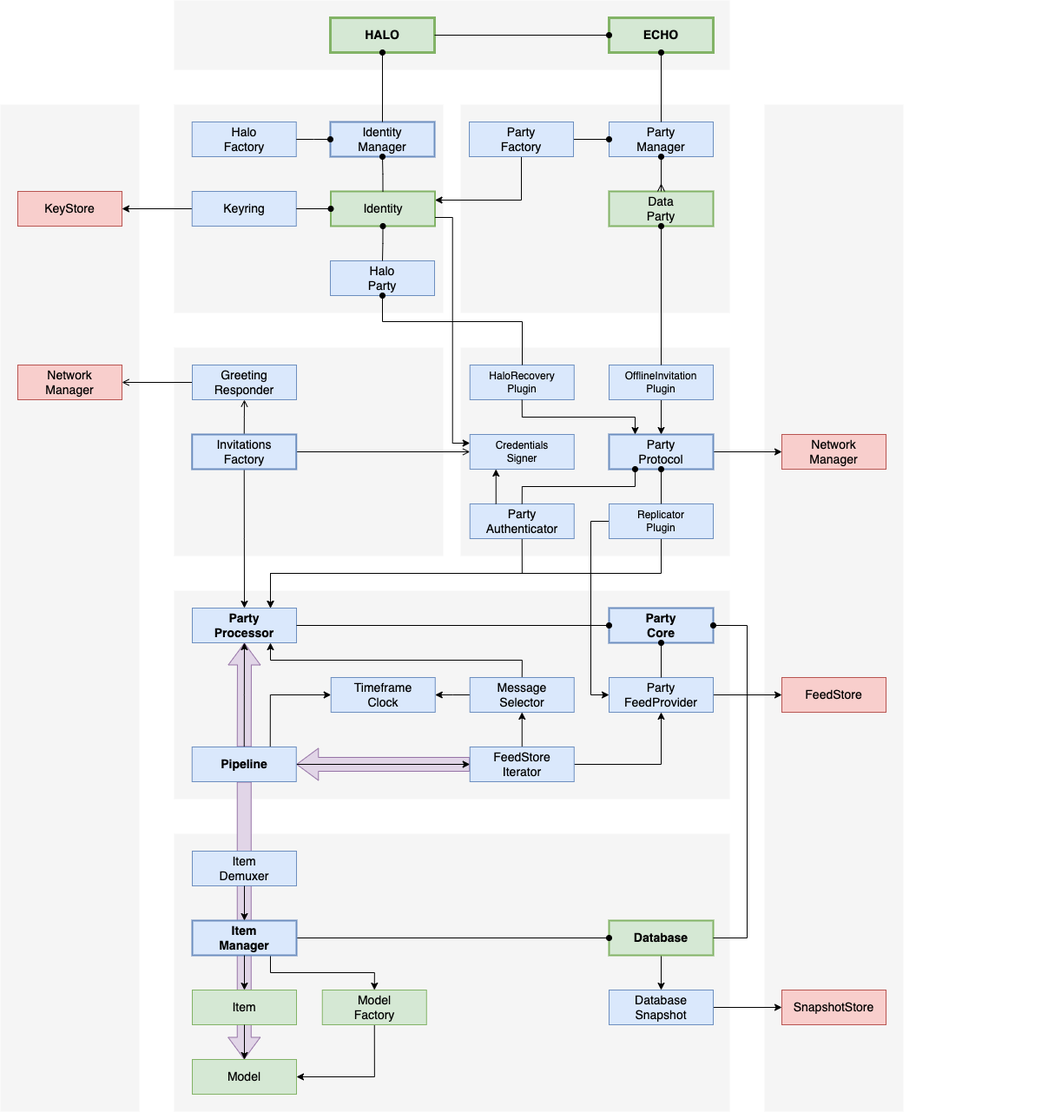
This is docs/design/diagrams/echo-architecture.drawio.png from dxos/dxos, a draw.io export, as it was before one commit. Source tidied: cells renumbered, new cells last; positions are measured from the earlier drawing's top-left corner, leaving out a move shared by most shapes.
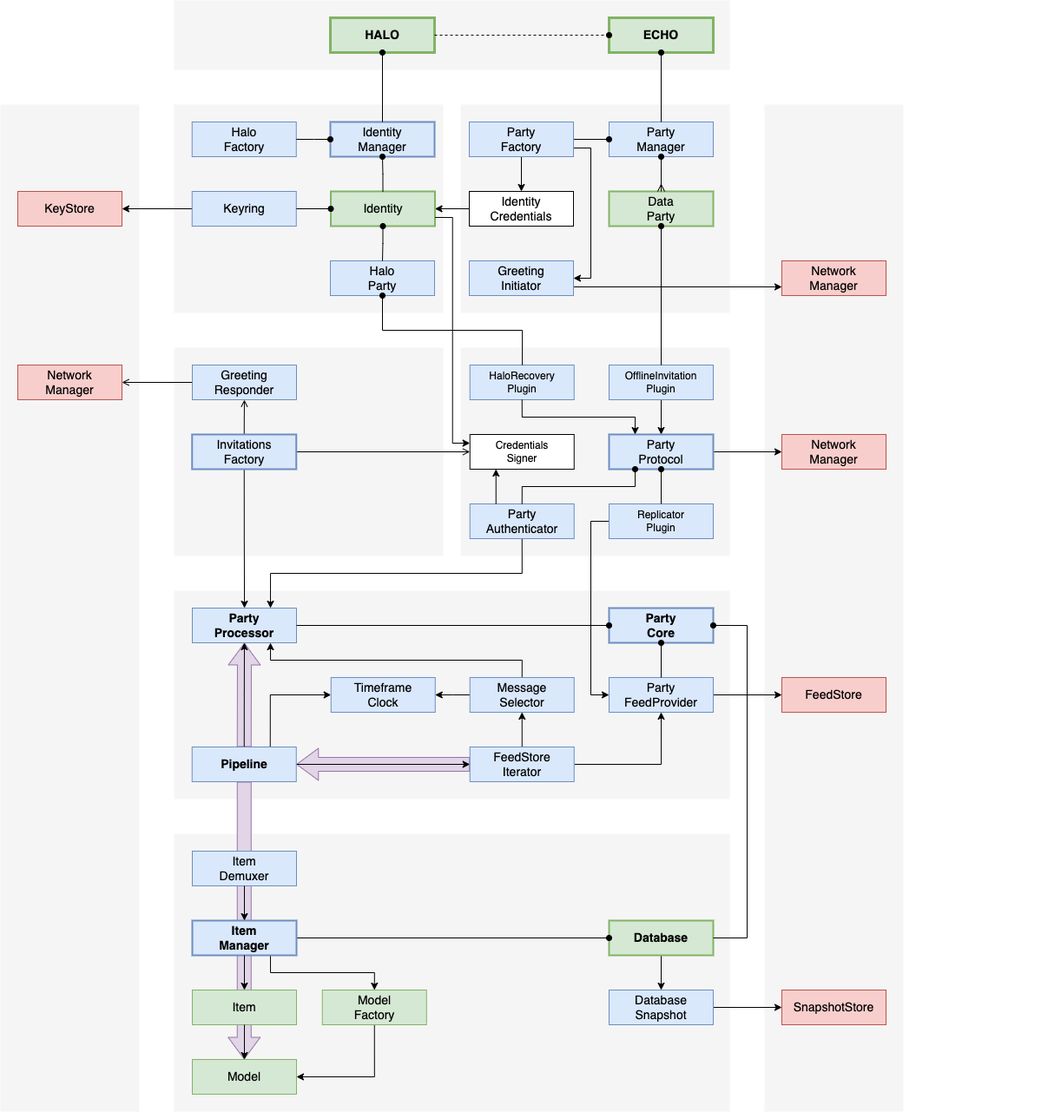
Above is the later version.

Commit message:
Update echo diagram

The edit, as a diff of the source:
```diff
@@ -160,9 +160,6 @@
     <mxCell id="49" value="Invitations&lt;br style=&quot;font-size: 14px;&quot;&gt;Factory" style="rounded=0;whiteSpace=wrap;html=1;fontSize=14;fontFamily=Helvetica;fillColor=#dae8fc;strokeColor=#6c8ebf;fontStyle=0;strokeWidth=2;" parent="1" vertex="1">
       <mxGeometry x="220.8" y="500" width="120" height="40" as="geometry" />
     </mxCell>
-    <mxCell id="50" style="edgeStyle=orthogonalEdgeStyle;rounded=0;jettySize=auto;html=1;exitX=0.5;exitY=1;exitDx=0;exitDy=0;entryX=0.75;entryY=0;entryDx=0;entryDy=0;fontSize=12;startArrow=none;startFill=0;endArrow=classic;endFill=1;" parent="1" edge="1" source="52" target="14">
-      <mxGeometry relative="1" as="geometry" />
-    </mxCell>
     <mxCell id="51" style="edgeStyle=orthogonalEdgeStyle;rounded=0;html=1;exitX=0;exitY=0.5;exitDx=0;exitDy=0;entryX=0;entryY=0.5;entryDx=0;entryDy=0;fontSize=14;startArrow=none;startFill=0;endArrow=classic;endFill=1;" parent="1" edge="1" source="52" target="84">
       <mxGeometry relative="1" as="geometry">
         <Array as="points">
@@ -230,9 +227,17 @@
     <mxCell id="69" style="edgeStyle=orthogonalEdgeStyle;rounded=0;jettySize=auto;html=1;exitX=1;exitY=0.5;exitDx=0;exitDy=0;entryX=0;entryY=0.5;entryDx=0;entryDy=0;endArrow=oval;endFill=1;" parent="1" edge="1" source="71" target="11">
       <mxGeometry relative="1" as="geometry" />
     </mxCell>
-    <mxCell id="70" style="edgeStyle=orthogonalEdgeStyle;rounded=0;html=1;exitX=0.5;exitY=1;exitDx=0;exitDy=0;entryX=1;entryY=0.25;entryDx=0;entryDy=0;fontSize=14;startArrow=none;startFill=0;endArrow=classic;endFill=1;" parent="1" edge="1" source="71" target="67">
-      <mxGeometry relative="1" as="geometry" />
-    </mxCell>
+    <mxCell id="99" style="edgeStyle=none;html=1;exitX=0.5;exitY=1;exitDx=0;exitDy=0;entryX=0.5;entryY=0;entryDx=0;entryDy=0;" parent="1" edge="1" source="71" target="102">
+      <mxGeometry relative="1" as="geometry" />
+    </mxCell>
+    <mxCell id="100" style="edgeStyle=none;html=1;exitX=1;exitY=0.75;exitDx=0;exitDy=0;entryX=1;entryY=0.5;entryDx=0;entryDy=0;rounded=0;" parent="1" edge="1" source="71" target="104">
+      <mxGeometry relative="1" as="geometry">
+        <Array as="points">
+          <mxPoint x="680" y="170" />
+          <mxPoint x="680" y="320" />
+        </Array>
+      </mxGeometry>
+    </mxCell>
     <mxCell id="71" value="Party&lt;br&gt;Factory" style="rounded=0;whiteSpace=wrap;html=1;fontSize=14;fontFamily=Helvetica;fillColor=#dae8fc;fontStyle=0;strokeWidth=1;strokeColor=#6c8ebf;" parent="1" vertex="1">
       <mxGeometry x="540" y="140" width="120" height="40" as="geometry" />
     </mxCell>
@@ -257,13 +262,13 @@
     <mxCell id="78" style="edgeStyle=none;html=1;exitX=0.5;exitY=1;exitDx=0;exitDy=0;endArrow=ERmany;endFill=0;startArrow=oval;startFill=1;" parent="1" edge="1" source="11" target="77">
       <mxGeometry relative="1" as="geometry" />
     </mxCell>
-    <mxCell id="79" style="edgeStyle=orthogonalEdgeStyle;rounded=0;jettySize=auto;html=1;exitX=1;exitY=0.5;exitDx=0;exitDy=0;entryX=0;entryY=0.5;entryDx=0;entryDy=0;fontSize=12;startArrow=none;startFill=0;endArrow=oval;endFill=1;" parent="1" edge="1" source="43" target="21">
+    <mxCell id="79" style="edgeStyle=orthogonalEdgeStyle;rounded=0;jettySize=auto;html=1;exitX=1;exitY=0.5;exitDx=0;exitDy=0;entryX=0;entryY=0.5;entryDx=0;entryDy=0;fontSize=12;startArrow=none;startFill=0;endArrow=oval;endFill=1;dashed=1;" parent="1" edge="1" source="43" target="21">
       <mxGeometry relative="1" as="geometry" />
     </mxCell>
     <mxCell id="80" style="edgeStyle=none;html=1;exitX=0.5;exitY=1;exitDx=0;exitDy=0;entryX=0.5;entryY=0;entryDx=0;entryDy=0;startArrow=oval;startFill=1;endArrow=none;endFill=0;" parent="1" edge="1" source="43" target="16">
       <mxGeometry relative="1" as="geometry" />
     </mxCell>
-    <mxCell id="81" value="Credentials&lt;br&gt;Signer" style="rounded=0;whiteSpace=wrap;html=1;fontSize=12;fontFamily=Helvetica;fillColor=#dae8fc;strokeColor=#6c8ebf;fontStyle=0;strokeWidth=1;" parent="1" vertex="1">
+    <mxCell id="81" value="Credentials&lt;br&gt;Signer" style="rounded=0;whiteSpace=wrap;html=1;fontSize=12;fontFamily=Helvetica;fontStyle=0;strokeWidth=1;" parent="1" vertex="1">
       <mxGeometry x="540.8" y="500" width="120" height="40" as="geometry" />
     </mxCell>
     <mxCell id="82" style="edgeStyle=orthogonalEdgeStyle;rounded=0;html=1;entryX=1;entryY=0.75;entryDx=0;entryDy=0;fontSize=14;startArrow=classic;startFill=1;endArrow=none;endFill=0;exitX=0;exitY=0.25;exitDx=0;exitDy=0;" parent="1" edge="1" source="81" target="67">
@@ -299,8 +304,8 @@
     <mxCell id="92" style="edgeStyle=orthogonalEdgeStyle;rounded=0;html=1;fontSize=14;startArrow=oval;startFill=1;endArrow=none;endFill=0;exitX=0.5;exitY=1;exitDx=0;exitDy=0;" parent="1" edge="1" source="27" target="91">
       <mxGeometry relative="1" as="geometry">
         <Array as="points">
-          <mxPoint x="440" y="370" />
-          <mxPoint x="601" y="370" />
+          <mxPoint x="440" y="380" />
+          <mxPoint x="601" y="380" />
         </Array>
       </mxGeometry>
     </mxCell>
@@ -322,5 +327,20 @@
     <mxCell id="98" style="edgeStyle=none;html=1;exitX=0.5;exitY=1;exitDx=0;exitDy=0;entryX=0.5;entryY=0;entryDx=0;entryDy=0;startArrow=oval;startFill=1;endArrow=none;endFill=0;" parent="1" edge="1" source="21" target="11">
       <mxGeometry relative="1" as="geometry" />
     </mxCell>
+    <mxCell id="101" style="edgeStyle=none;html=1;exitX=0;exitY=0.5;exitDx=0;exitDy=0;" parent="1" edge="1" source="102" target="67">
+      <mxGeometry relative="1" as="geometry" />
+    </mxCell>
+    <mxCell id="102" value="Identity&lt;br&gt;Credentials" style="rounded=0;whiteSpace=wrap;html=1;fontSize=14;fontFamily=Helvetica;fontStyle=0;strokeWidth=1;" parent="1" vertex="1">
+      <mxGeometry x="540" y="220" width="120" height="40" as="geometry" />
+    </mxCell>
+    <mxCell id="103" style="edgeStyle=none;rounded=0;html=1;exitX=1;exitY=0.75;exitDx=0;exitDy=0;entryX=0;entryY=0.75;entryDx=0;entryDy=0;" parent="1" edge="1" source="104" target="105">
+      <mxGeometry relative="1" as="geometry" />
+    </mxCell>
+    <mxCell id="104" value="Greeting&lt;br&gt;Initiator" style="rounded=0;whiteSpace=wrap;html=1;fontSize=14;fontFamily=Helvetica;fillColor=#dae8fc;strokeColor=#6c8ebf;fontStyle=0;strokeWidth=1;" parent="1" vertex="1">
+      <mxGeometry x="540" y="300" width="120" height="40" as="geometry" />
+    </mxCell>
+    <mxCell id="105" value="Network&lt;br&gt;Manager" style="rounded=0;whiteSpace=wrap;html=1;fontSize=14;fontFamily=Helvetica;fillColor=#f8cecc;strokeColor=#b85450;fontStyle=0;strokeWidth=1;" parent="1" vertex="1">
+      <mxGeometry x="900" y="300" width="120" height="40" as="geometry" />
+    </mxCell>
   </root>
 </mxGraphModel>
```
